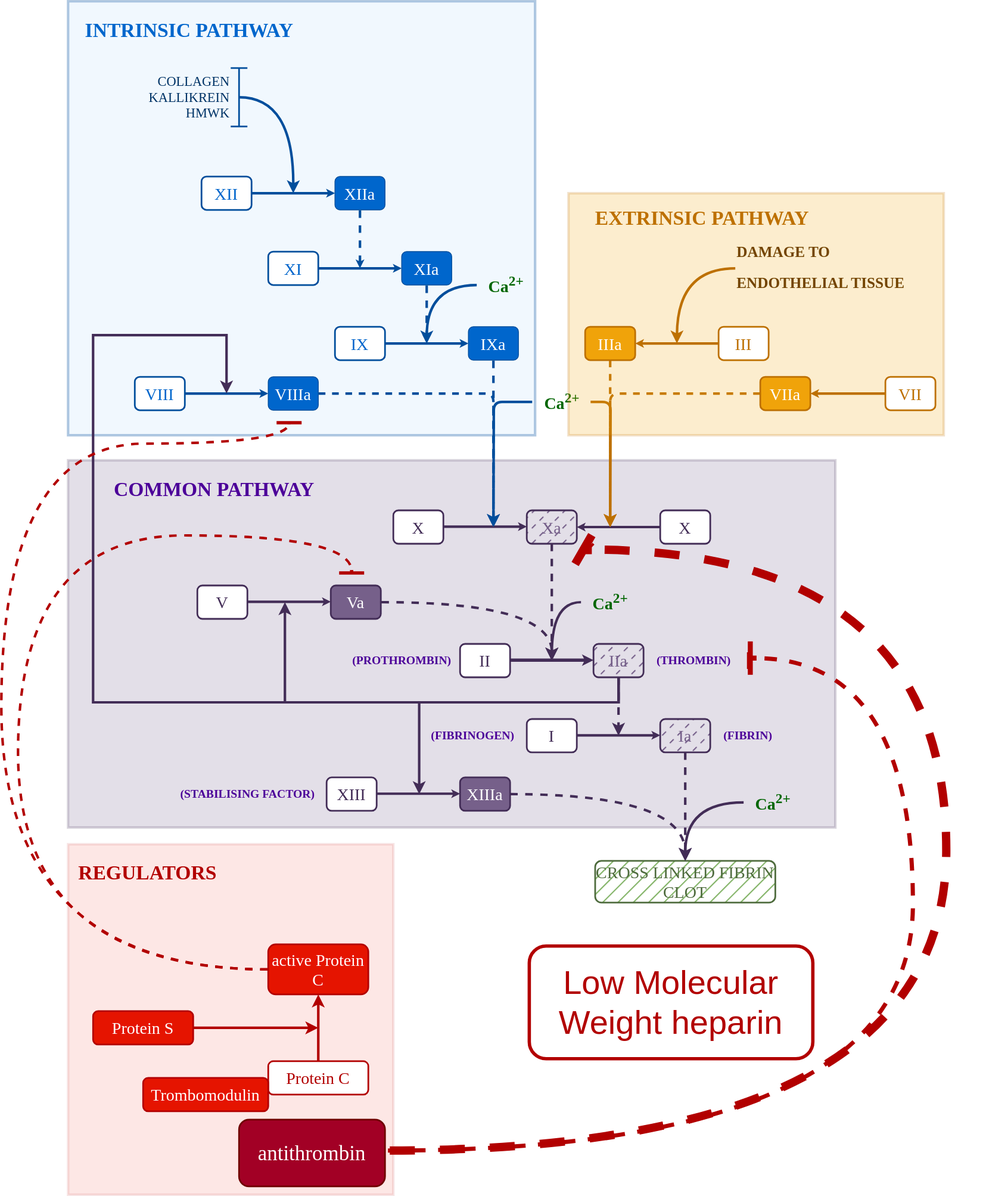
Above: images/LMWH.drawio.svg in rmvpaeme/stolling (draw.io), before the change. Source tidied: cells renumbered, new cells last; positions are measured from the earlier drawing's top-left corner, leaving out a move shared by most shapes.
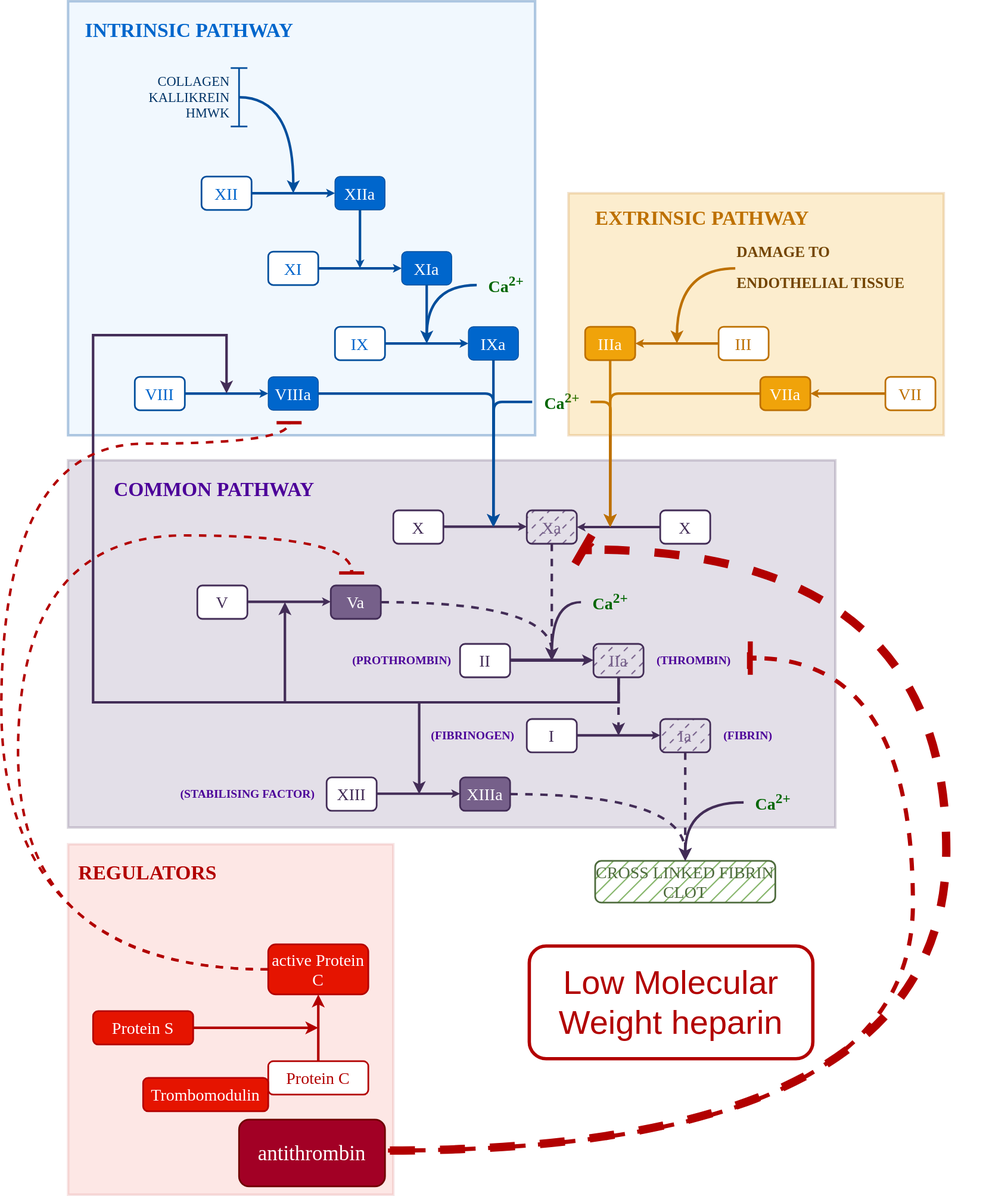
After the commit.

The edit, as a diff of the source:
```diff
@@ -11,7 +11,7 @@
     <mxCell id="4" style="rounded=0;whiteSpace=wrap;html=1;fillColor=#D1E6FC;strokeWidth=3;strokeColor=#004E9C;opacity=30;" parent="1" vertex="1">
       <mxGeometry x="80" width="560" height="520" as="geometry" />
     </mxCell>
-    <mxCell id="5" style="edgeStyle=orthogonalEdgeStyle;rounded=0;jettySize=auto;html=1;strokeWidth=3;endSize=1;strokeColor=#004e9c;dashed=1;flowAnimation=1;" parent="1" edge="1" source="6">
+    <mxCell id="5" style="edgeStyle=orthogonalEdgeStyle;rounded=0;jettySize=auto;html=1;strokeWidth=3;endSize=1;strokeColor=#004e9c;flowAnimation=0;" parent="1" edge="1" source="6">
       <mxGeometry relative="1" as="geometry">
         <mxPoint x="430" y="320" as="targetPoint" />
       </mxGeometry>
@@ -39,7 +39,7 @@
     <mxCell id="12" style="shape=crossbar;whiteSpace=wrap;html=1;rounded=1;direction=south;strokeWidth=2;fillColor=#004E9C;strokeColor=#004E9C;" parent="1" vertex="1">
       <mxGeometry x="275" y="80" width="20" height="70" as="geometry" />
     </mxCell>
-    <mxCell id="13" style="edgeStyle=orthogonalEdgeStyle;rounded=0;jettySize=auto;html=1;strokeWidth=3;endSize=1;strokeColor=#004e9c;dashed=1;flowAnimation=1;" parent="1" edge="1" source="14">
+    <mxCell id="13" style="edgeStyle=orthogonalEdgeStyle;rounded=0;jettySize=auto;html=1;strokeWidth=3;endSize=1;strokeColor=#004e9c;flowAnimation=0;" parent="1" edge="1" source="14">
       <mxGeometry relative="1" as="geometry">
         <mxPoint x="510" y="410" as="targetPoint" />
       </mxGeometry>
@@ -53,7 +53,7 @@
     <mxCell id="16" value="&lt;font style=&quot;font-size: 20px;&quot; face=&quot;Tahoma&quot;&gt;XI&lt;/font&gt;" style="rounded=1;whiteSpace=wrap;html=1;fillColor=#ffffff;fontColor=#0066CC;strokeColor=#004E9C;strokeWidth=2;" parent="1" vertex="1">
       <mxGeometry x="320" y="300" width="60" height="40" as="geometry" />
     </mxCell>
-    <mxCell id="17" style="edgeStyle=orthogonalEdgeStyle;rounded=0;jettySize=auto;html=1;strokeWidth=3;strokeColor=#004e9c;dashed=1;flowAnimation=1;" parent="1" edge="1" source="18">
+    <mxCell id="17" style="edgeStyle=orthogonalEdgeStyle;rounded=0;jettySize=auto;html=1;strokeWidth=3;strokeColor=#004e9c;flowAnimation=0;" parent="1" edge="1" source="18">
       <mxGeometry relative="1" as="geometry">
         <mxPoint x="590" y="630" as="targetPoint" />
       </mxGeometry>
@@ -67,7 +67,7 @@
     <mxCell id="20" value="&lt;font style=&quot;font-size: 20px;&quot; face=&quot;Tahoma&quot;&gt;IX&lt;/font&gt;" style="rounded=1;whiteSpace=wrap;html=1;fillColor=#ffffff;fontColor=#0066CC;strokeColor=#004E9C;strokeWidth=2;" parent="1" vertex="1">
       <mxGeometry x="400" y="390" width="60" height="40" as="geometry" />
     </mxCell>
-    <mxCell id="21" style="edgeStyle=orthogonalEdgeStyle;rounded=1;jettySize=auto;html=1;curved=0;jumpStyle=arc;strokeWidth=3;strokeColor=#004e9c;flowAnimation=1;" parent="1" edge="1" source="22">
+    <mxCell id="21" style="edgeStyle=orthogonalEdgeStyle;rounded=1;jettySize=auto;html=1;curved=0;jumpStyle=arc;strokeWidth=3;strokeColor=#004e9c;flowAnimation=0;" parent="1" edge="1" source="22">
       <mxGeometry relative="1" as="geometry">
         <mxPoint x="590" y="630" as="targetPoint" />
         <Array as="points">
@@ -213,13 +213,13 @@
     <mxCell id="54" value="&lt;font face=&quot;Tahoma&quot;&gt;&lt;span style=&quot;font-size: 20px;&quot;&gt;CROSS LINKED FIBRIN CLOT&lt;/span&gt;&lt;/font&gt;" style="rounded=1;whiteSpace=wrap;html=1;fillColor=#82B366;strokeColor=#4E6B3D;strokeWidth=2;shadow=0;glass=0;fillStyle=hatch;fontColor=#4E6B3D;" parent="1" vertex="1">
       <mxGeometry x="712" y="1030" width="216" height="50" as="geometry" />
     </mxCell>
-    <mxCell id="55" style="edgeStyle=orthogonalEdgeStyle;rounded=0;orthogonalLoop=1;jettySize=auto;html=1;strokeColor=#BD7000;strokeWidth=3;flowAnimation=1;" parent="1" edge="1">
+    <mxCell id="55" style="edgeStyle=orthogonalEdgeStyle;rounded=0;orthogonalLoop=1;jettySize=auto;html=1;strokeColor=#BD7000;strokeWidth=3;flowAnimation=0;" parent="1" edge="1">
       <mxGeometry relative="1" as="geometry">
         <mxPoint x="730" y="430" as="sourcePoint" />
         <mxPoint x="730" y="630" as="targetPoint" />
       </mxGeometry>
     </mxCell>
-    <mxCell id="56" style="edgeStyle=orthogonalEdgeStyle;rounded=1;orthogonalLoop=1;jettySize=auto;html=1;curved=0;strokeColor=#BD7000;strokeWidth=3;flowAnimation=1;" parent="1" edge="1">
+    <mxCell id="56" style="edgeStyle=orthogonalEdgeStyle;rounded=1;orthogonalLoop=1;jettySize=auto;html=1;curved=0;strokeColor=#BD7000;strokeWidth=3;flowAnimation=0;" parent="1" edge="1">
       <mxGeometry relative="1" as="geometry">
         <mxPoint x="910" y="470" as="sourcePoint" />
         <mxPoint x="730" y="630" as="targetPoint" />
@@ -273,7 +273,7 @@
     <mxCell id="67" value="&lt;font color=&quot;#b20000&quot; face=&quot;Tahoma&quot;&gt;&lt;span style=&quot;font-size: 20px;&quot;&gt;Protein C&lt;/span&gt;&lt;/font&gt;" style="rounded=1;whiteSpace=wrap;html=1;strokeWidth=2;strokeColor=#B20000;" parent="1" vertex="1">
       <mxGeometry x="320" y="1270" width="120" height="40" as="geometry" />
     </mxCell>
-    <mxCell id="68" style="edgeStyle=orthogonalEdgeStyle;rounded=0;jettySize=auto;html=1;curved=1;dashed=1;strokeColor=#B20000;endSize=0;startSize=0;strokeWidth=3;sourcePerimeterSpacing=0;endArrow=baseDash;endFill=0;flowAnimation=1;" parent="1" edge="1" source="70" target="73">
+    <mxCell id="68" style="edgeStyle=orthogonalEdgeStyle;rounded=0;jettySize=auto;html=1;curved=1;dashed=1;strokeColor=#B20000;endSize=0;startSize=0;strokeWidth=3;sourcePerimeterSpacing=0;endArrow=baseDash;endFill=0;flowAnimation=0;" parent="1" edge="1" source="70" target="73">
       <mxGeometry relative="1" as="geometry">
         <Array as="points">
           <mxPoint y="1160" />
@@ -282,7 +282,7 @@
         </Array>
       </mxGeometry>
     </mxCell>
-    <mxCell id="69" style="edgeStyle=orthogonalEdgeStyle;rounded=0;jettySize=auto;html=1;dashed=1;curved=1;strokeWidth=3;strokeColor=#B20000;startSize=0;endSize=0;endArrow=baseDash;endFill=0;flowAnimation=1;" parent="1" edge="1" source="70" target="74">
+    <mxCell id="69" style="edgeStyle=orthogonalEdgeStyle;rounded=0;jettySize=auto;html=1;dashed=1;curved=1;strokeWidth=3;strokeColor=#B20000;startSize=0;endSize=0;endArrow=baseDash;endFill=0;flowAnimation=0;" parent="1" edge="1" source="70" target="74">
       <mxGeometry relative="1" as="geometry">
         <Array as="points">
           <mxPoint x="20" y="1160" />
```
